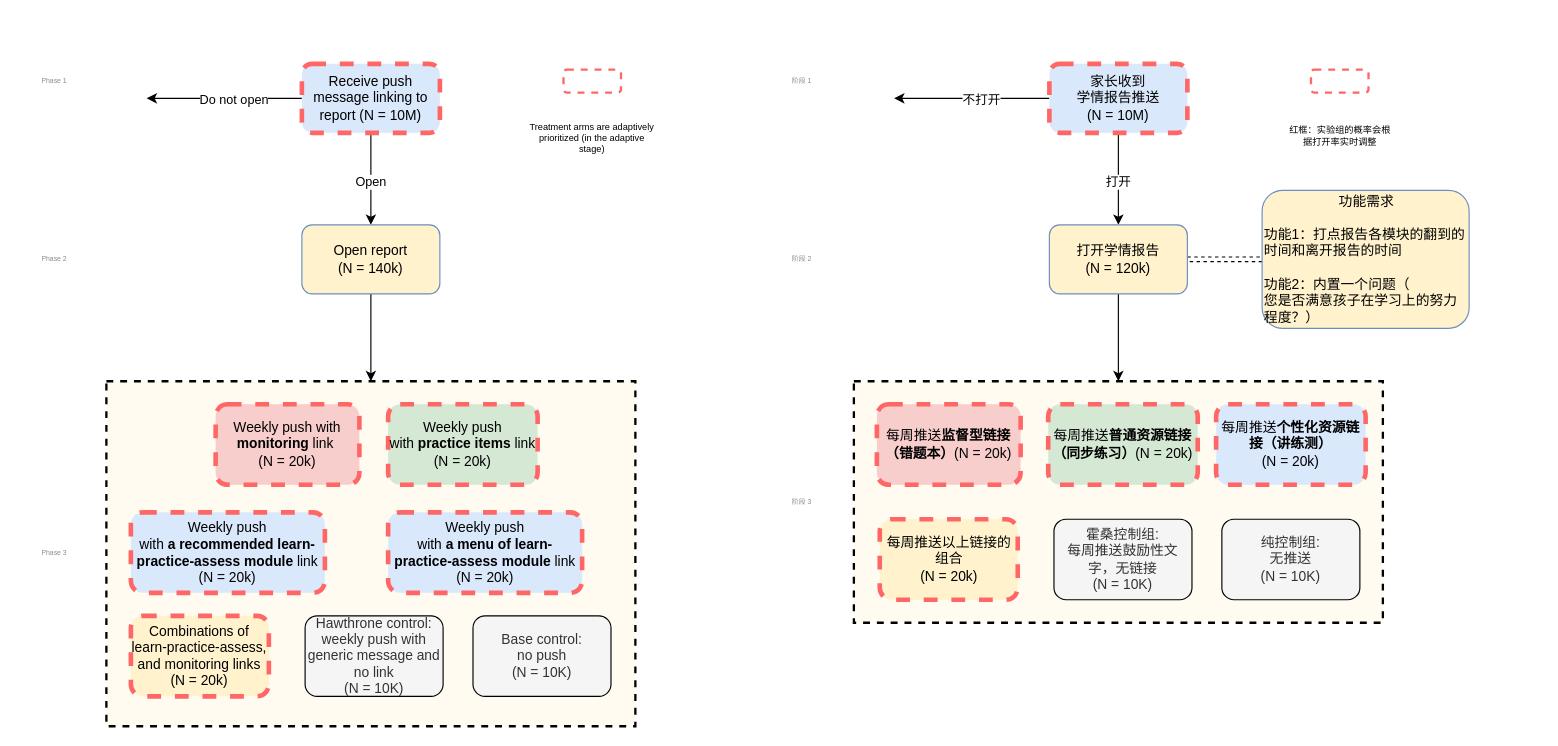
henrishi/drawio keeps this draw.io diagram as parent_nudge_stages.drawio. Above is the earlier version. Source tidied: cells renumbered, new cells numbered last; positions are measured from the earlier drawing's top-left corner, leaving out a move shared by most shapes. Both pictures are drawn from the tidied source at 115%, with x=0, y=0 at pixel (20, 63).
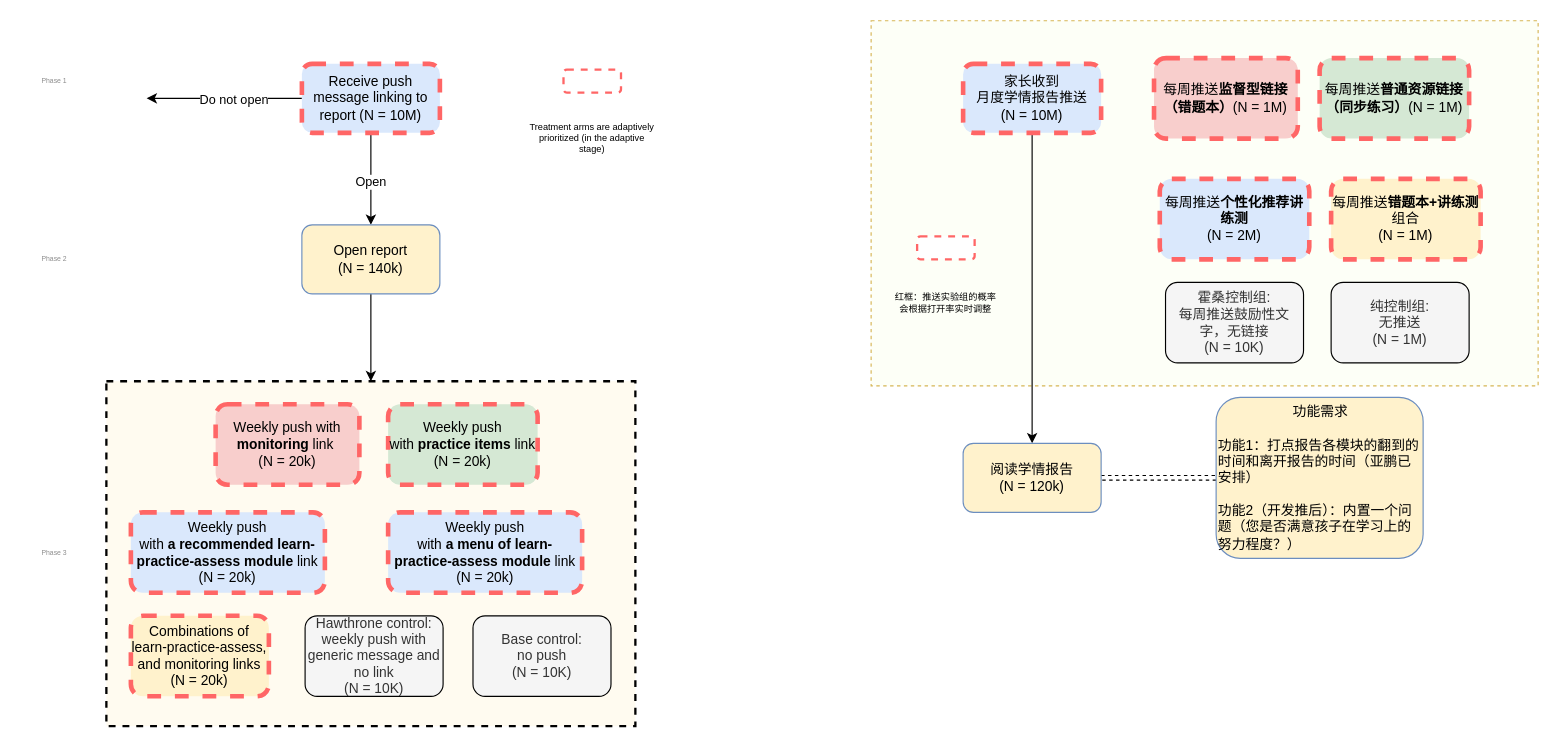
After the change.

The change refers to these unchanged cells:
```xml
<mxCell id="23" style="edgeStyle=orthogonalEdgeStyle;rounded=0;jettySize=auto;html=1;entryX=0.5;entryY=0;entryDx=0;entryDy=0;" parent="1" edge="1" source="27" target="30">
  <mxGeometry relative="1" as="geometry" />
</mxCell>
```

Change to the diagram source:
```diff
@@
+    <mxCell id="45" style="rounded=0;whiteSpace=wrap;html=1;strokeColor=#d6b656;dashed=1;fillColor=#FDFFF7;" parent="1" vertex="1">
+      <mxGeometry x="740" y="-37.5" width="580" height="317.5" as="geometry" />
+    </mxCell>
@@
-    <mxCell id="24" value="打开" style="edgeLabel;html=1;align=center;verticalAlign=middle;" parent="23" vertex="1">
-      <mxGeometry x="0.06" y="-1" relative="1" as="geometry" />
-    </mxCell>
-    <mxCell id="25" style="edgeStyle=orthogonalEdgeStyle;rounded=0;jettySize=auto;html=1;" parent="1" edge="1" source="27">
-      <mxGeometry relative="1" as="geometry">
-        <mxPoint x="760" y="30" as="targetPoint" />
-      </mxGeometry>
-    </mxCell>
-    <mxCell id="26" value="不打开" style="edgeLabel;html=1;align=center;verticalAlign=middle;" parent="25" vertex="1">
-      <mxGeometry x="-0.12" relative="1" as="geometry" />
-    </mxCell>
-    <mxCell id="27" value="家长收到&lt;br&gt;学情报告推送&lt;br&gt;(N = 10M)" style="rounded=1;whiteSpace=wrap;html=1;fillColor=#dae8fc;dashed=1;strokeColor=#FF6666;strokeWidth=4;" parent="1" vertex="1">
-      <mxGeometry x="895" width="120" height="60" as="geometry" />
+    <mxCell id="27" value="家长收到&lt;br&gt;月度学情报告推送&lt;br&gt;(N = 10M)" style="rounded=1;whiteSpace=wrap;html=1;fillColor=#dae8fc;dashed=1;strokeColor=#FF6666;strokeWidth=4;" parent="1" vertex="1">
+      <mxGeometry x="820" width="120" height="60" as="geometry" />
     </mxCell>
-    <mxCell id="28" style="edgeStyle=orthogonalEdgeStyle;rounded=0;jettySize=auto;html=1;entryX=0.5;entryY=0;entryDx=0;entryDy=0;" parent="1" edge="1" source="30" target="37">
-      <mxGeometry relative="1" as="geometry" />
-    </mxCell>
-    <mxCell id="29" style="edgeStyle=orthogonalEdgeStyle;rounded=0;jettySize=auto;html=1;exitX=1;exitY=0.5;exitDx=0;exitDy=0;entryX=0;entryY=0.5;entryDx=0;entryDy=0;shape=link;dashed=1;" parent="1" edge="1" source="30" target="44">
+    <mxCell id="29" style="edgeStyle=orthogonalEdgeStyle;rounded=0;jettySize=auto;html=1;exitX=1;exitY=0.5;exitDx=0;exitDy=0;shape=link;dashed=1;" parent="1" edge="1" source="30" target="44">
       <mxGeometry relative="1" as="geometry" />
     </mxCell>
-    <mxCell id="30" value="打开学情报告&lt;br&gt;(N = 120k)" style="rounded=1;whiteSpace=wrap;html=1;strokeColor=#6c8ebf;fillColor=#FFF2CC;" parent="1" vertex="1">
-      <mxGeometry x="895" y="140" width="120" height="60" as="geometry" />
+    <mxCell id="30" value="阅读学情报告&lt;br&gt;(N = 120k)" style="rounded=1;whiteSpace=wrap;html=1;strokeColor=#6c8ebf;fillColor=#FFF2CC;" parent="1" vertex="1">
+      <mxGeometry x="820" y="330" width="120" height="60" as="geometry" />
     </mxCell>
-    <mxCell id="31" style="rounded=1;whiteSpace=wrap;html=1;dashed=1;strokeColor=#FF6666;strokeWidth=2;" parent="1" vertex="1">
-      <mxGeometry x="1122.5" y="5" width="50" height="20" as="geometry" />
-    </mxCell>
-    <mxCell id="32" value="&lt;font style=&quot;font-size: 8px&quot;&gt;红框：实验组的概率会根据打开率实时调整&lt;/font&gt;" style="text;html=1;strokeColor=none;fillColor=none;align=center;verticalAlign=middle;whiteSpace=wrap;rounded=0;dashed=1;fontSize=6;" parent="1" vertex="1">
-      <mxGeometry x="1102.5" y="50" width="90" height="25" as="geometry" />
-    </mxCell>
-    <mxCell id="33" value="阶段 1" style="text;html=1;strokeColor=none;fillColor=none;align=center;verticalAlign=middle;whiteSpace=wrap;rounded=0;dashed=1;fontSize=6;fontColor=#8C8C8C;" parent="1" vertex="1">
-      <mxGeometry x="650" y="5" width="60" height="20" as="geometry" />
-    </mxCell>
-    <mxCell id="34" value="阶段 2" style="text;html=1;strokeColor=none;fillColor=none;align=center;verticalAlign=middle;whiteSpace=wrap;rounded=0;dashed=1;fontSize=6;fontColor=#8C8C8C;" parent="1" vertex="1">
-      <mxGeometry x="650" y="160" width="60" height="20" as="geometry" />
-    </mxCell>
-    <mxCell id="35" value="阶段 3" style="text;html=1;strokeColor=none;fillColor=none;align=center;verticalAlign=middle;whiteSpace=wrap;rounded=0;dashed=1;fontSize=6;fontColor=#8C8C8C;" parent="1" vertex="1">
-      <mxGeometry x="650" y="371" width="60" height="20" as="geometry" />
-    </mxCell>
-    <mxCell id="36" style="group;" parent="1" vertex="1">
-      <mxGeometry x="725" y="276" width="460" height="210" as="geometry" />
-    </mxCell>
-    <mxCell id="37" style="rounded=0;whiteSpace=wrap;html=1;strokeColor=#000000;strokeWidth=2;dashed=1;fillColor=#FFFBF0;" parent="36" vertex="1">
-      <mxGeometry width="460" height="210" as="geometry" />
-    </mxCell>
-    <mxCell id="38" value="每周推送&lt;b&gt;监督型链接（错题本）&lt;/b&gt;(N = 20k)" style="rounded=1;whiteSpace=wrap;html=1;fillColor=#f8cecc;dashed=1;strokeWidth=4;strokeColor=#FF6666;" parent="36" vertex="1">
-      <mxGeometry x="20" y="20" width="125" height="70" as="geometry" />
+    <mxCell id="38" value="每周推送&lt;b&gt;监督型链接（错题本）&lt;/b&gt;(N = 1M)" style="rounded=1;whiteSpace=wrap;html=1;fillColor=#f8cecc;dashed=1;strokeWidth=4;strokeColor=#FF6666;" parent="1" vertex="1">
+      <mxGeometry x="986" y="-5" width="125" height="70" as="geometry" />
     </mxCell>
-    <mxCell id="39" value="每周推送&lt;b&gt;普通资源链接（同步练习）&lt;/b&gt;(N = 20k)" style="rounded=1;whiteSpace=wrap;html=1;fillColor=#d5e8d4;dashed=1;strokeWidth=4;strokeColor=#FF6666;" parent="36" vertex="1">
-      <mxGeometry x="169" y="20" width="130" height="70" as="geometry" />
+    <mxCell id="39" value="每周推送&lt;b&gt;普通资源链接（同步练习）&lt;/b&gt;(N = 1M)" style="rounded=1;whiteSpace=wrap;html=1;fillColor=#d5e8d4;dashed=1;strokeWidth=4;strokeColor=#FF6666;" parent="1" vertex="1">
+      <mxGeometry x="1130" y="-5" width="130" height="70" as="geometry" />
     </mxCell>
-    <mxCell id="40" value="每周推送以上链接的组合&lt;br&gt;(N = 20k)" style="rounded=1;whiteSpace=wrap;html=1;fillColor=#fff2cc;strokeColor=#FF6666;dashed=1;strokeWidth=4;" parent="36" vertex="1">
-      <mxGeometry x="22.5" y="120" width="120" height="70" as="geometry" />
+    <mxCell id="40" value="每周推送&lt;b&gt;错题本+讲练测&lt;/b&gt;组合&lt;br&gt;(N = 1M)" style="rounded=1;whiteSpace=wrap;html=1;fillColor=#fff2cc;strokeColor=#FF6666;dashed=1;strokeWidth=4;" parent="1" vertex="1">
+      <mxGeometry x="1140" y="100" width="130" height="70" as="geometry" />
     </mxCell>
-    <mxCell id="41" value="霍桑控制组:&lt;br&gt;每周推送鼓励性文字，无链接&lt;br&gt;(N = 10K)" style="rounded=1;whiteSpace=wrap;html=1;strokeWidth=1;fillColor=#f5f5f5;fontColor=#333333;" parent="36" vertex="1">
-      <mxGeometry x="174" y="120" width="120" height="70" as="geometry" />
+    <mxCell id="41" value="霍桑控制组:&lt;br&gt;每周推送鼓励性文字，无链接&lt;br&gt;(N = 10K)" style="rounded=1;whiteSpace=wrap;html=1;strokeWidth=1;fillColor=#f5f5f5;fontColor=#333333;" parent="1" vertex="1">
+      <mxGeometry x="996" y="190" width="120" height="70" as="geometry" />
     </mxCell>
-    <mxCell id="42" value="纯控制组:&lt;br&gt;无推送&lt;br&gt;(N = 10K)" style="rounded=1;whiteSpace=wrap;html=1;fillColor=#f5f5f5;strokeWidth=1;fontColor=#333333;" parent="36" vertex="1">
-      <mxGeometry x="320" y="120" width="120" height="70" as="geometry" />
+    <mxCell id="42" value="纯控制组:&lt;br&gt;无推送&lt;br&gt;(N = 1M)" style="rounded=1;whiteSpace=wrap;html=1;fillColor=#f5f5f5;strokeWidth=1;fontColor=#333333;" parent="1" vertex="1">
+      <mxGeometry x="1140" y="190" width="120" height="70" as="geometry" />
     </mxCell>
-    <mxCell id="43" value="每周推送&lt;b&gt;个性化资源链接（讲练测）&lt;/b&gt;&lt;br&gt;(N = 20k)" style="rounded=1;whiteSpace=wrap;html=1;fillColor=#dae8fc;strokeWidth=4;dashed=1;strokeColor=#FF6666;" parent="36" vertex="1">
-      <mxGeometry x="315" y="20" width="130" height="70" as="geometry" />
+    <mxCell id="43" value="每周推送&lt;b&gt;个性化推荐讲练测&lt;/b&gt;&lt;br&gt;(N = 2M)" style="rounded=1;whiteSpace=wrap;html=1;fillColor=#dae8fc;strokeWidth=4;dashed=1;strokeColor=#FF6666;" parent="1" vertex="1">
+      <mxGeometry x="991" y="100" width="130" height="70" as="geometry" />
     </mxCell>
+    <mxCell id="46" style="group;" parent="1" vertex="1">
+      <mxGeometry x="760" y="150" width="90" height="80" as="geometry" />
+    </mxCell>
+    <mxCell id="31" style="rounded=1;whiteSpace=wrap;html=1;dashed=1;strokeColor=#FF6666;strokeWidth=2;" parent="46" vertex="1">
+      <mxGeometry x="20" width="50" height="20" as="geometry" />
+    </mxCell>
+    <mxCell id="32" value="&lt;font style=&quot;font-size: 8px&quot;&gt;红框：推送实验组的概率会根据打开率实时调整&lt;/font&gt;" style="text;html=1;strokeColor=none;fillColor=none;align=center;verticalAlign=middle;whiteSpace=wrap;rounded=0;dashed=1;fontSize=6;" parent="46" vertex="1">
+      <mxGeometry y="45" width="90" height="25" as="geometry" />
+    </mxCell>
-    <mxCell id="44" value="&lt;div style=&quot;text-align: center&quot;&gt;&lt;span&gt;功能需求&lt;/span&gt;&lt;/div&gt;&lt;br&gt;功能1：打点报告各模块的翻到的时间和离开报告的时间&lt;br&gt;&lt;br&gt;功能2：内置一个问题（&lt;br&gt;您是否满意孩子在学习上的努力程度？）" style="rounded=1;whiteSpace=wrap;html=1;strokeColor=#6c8ebf;fillColor=#FFF2CC;align=left;" parent="1" vertex="1">
-      <mxGeometry x="1080" y="110" width="180" height="120" as="geometry" />
+    <mxCell id="44" value="&lt;div style=&quot;text-align: center&quot;&gt;&lt;span&gt;功能需求&lt;/span&gt;&lt;/div&gt;&lt;br&gt;功能1：打点报告各模块的翻到的时间和离开报告的时间（亚鹏已安排）&lt;br&gt;&lt;br&gt;功能2（开发推后）：内置一个问题（您是否满意孩子在学习上的努力程度？）" style="rounded=1;whiteSpace=wrap;html=1;strokeColor=#6c8ebf;fillColor=#FFF2CC;align=left;" parent="1" vertex="1">
+      <mxGeometry x="1040" y="290" width="180" height="140" as="geometry" />
     </mxCell>
```
